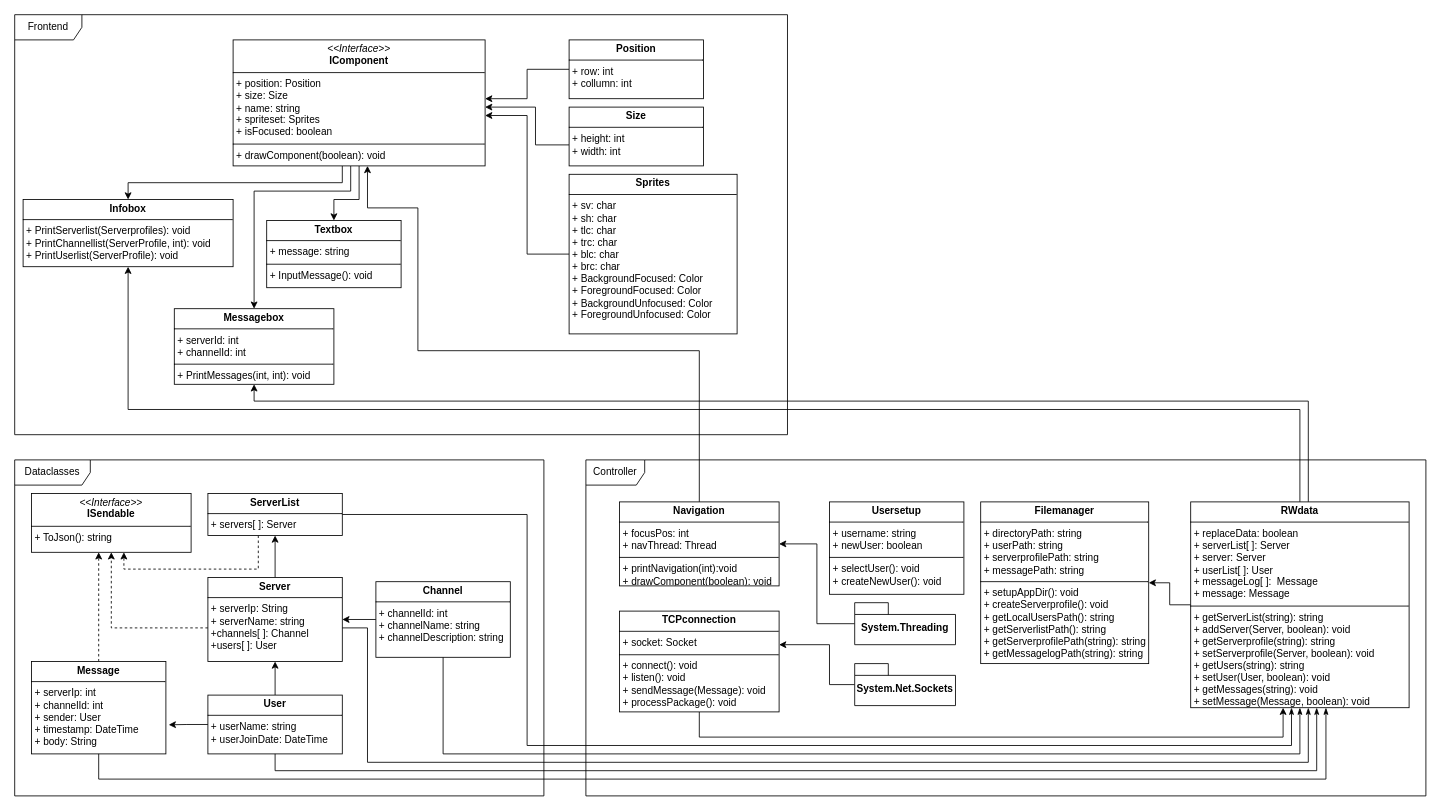
Earlier version of the draw.io diagram Dokumente/Planen/Classdiagramm/ClientClassDiagramV3.drawio (gbssg/ims.project.terminalchat). Source tidied: cells renumbered, new cells numbered last; positions are measured from the earlier drawing's top-left corner, leaving out a move shared by most shapes. Both pictures are drawn from the tidied source at 84%, with x=0, y=0 at pixel (14, 14).
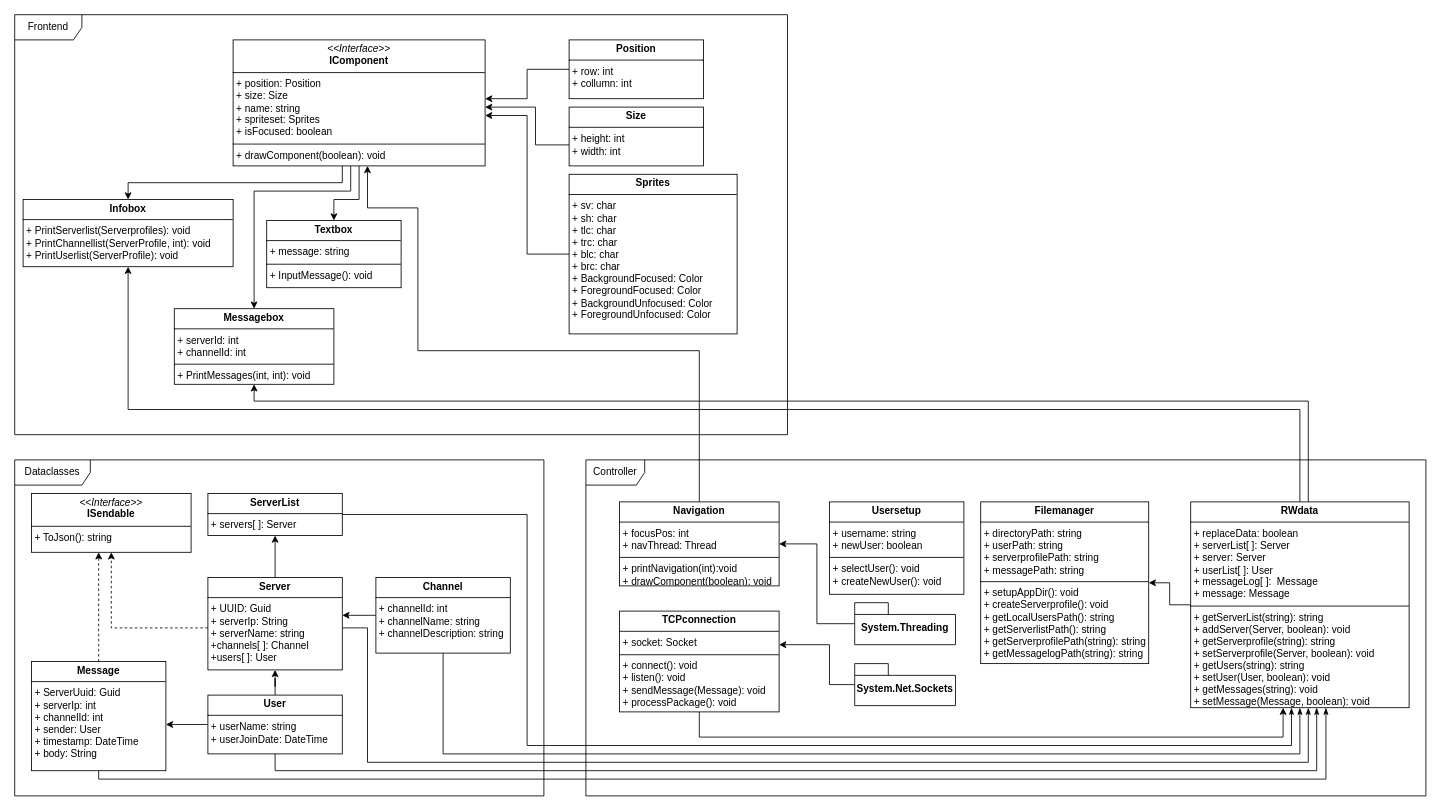
The same diagram, later.

Unchanged cells that the change refers to:
```xml
<mxCell id="17" value="&lt;p style=&quot;margin:0px;margin-top:4px;text-align:center;&quot;&gt;&lt;i&gt;&amp;lt;&amp;lt;Interface&amp;gt;&amp;gt;&lt;/i&gt;&lt;br&gt;&lt;b&gt;ISendable&lt;/b&gt;&lt;/p&gt;&lt;hr size=&quot;1&quot; style=&quot;border-style:solid;&quot;&gt;&lt;p style=&quot;margin:0px;margin-left:4px;&quot;&gt;&lt;/p&gt;&lt;p style=&quot;margin:0px;margin-left:4px;&quot;&gt;+ ToJson(): string&lt;br&gt;&lt;/p&gt;" style="verticalAlign=top;align=left;overflow=fill;html=1;whiteSpace=wrap;" parent="1" vertex="1">
  <mxGeometry x="20" y="570" width="190" height="70" as="geometry" />
</mxCell>
<mxCell id="19" value="&lt;p style=&quot;margin:0px;margin-top:4px;text-align:center;&quot;&gt;&lt;b&gt;User&lt;/b&gt;&lt;/p&gt;&lt;hr size=&quot;1&quot; style=&quot;border-style:solid;&quot;&gt;&lt;p style=&quot;margin:0px;margin-left:4px;&quot;&gt;+ userName: string&lt;/p&gt;&lt;p style=&quot;margin:0px;margin-left:4px;&quot;&gt;+ userJoinDate: DateTime&lt;/p&gt;&lt;p style=&quot;margin:0px;margin-left:4px;&quot;&gt;&lt;br&gt;&lt;/p&gt;" style="verticalAlign=top;align=left;overflow=fill;html=1;whiteSpace=wrap;" parent="1" vertex="1">
  <mxGeometry x="230" y="810" width="160" height="70" as="geometry" />
</mxCell>
<mxCell id="21" value="&lt;p style=&quot;margin:0px;margin-top:4px;text-align:center;&quot;&gt;&lt;b&gt;ServerList&lt;/b&gt;&lt;/p&gt;&lt;hr size=&quot;1&quot; style=&quot;border-style:solid;&quot;&gt;&lt;p style=&quot;margin:0px;margin-left:4px;&quot;&gt;+ servers[ ]: Server&lt;/p&gt;&lt;p style=&quot;margin:0px;margin-left:4px;&quot;&gt;&lt;br&gt;&lt;/p&gt;" style="verticalAlign=top;align=left;overflow=fill;html=1;whiteSpace=wrap;" parent="1" vertex="1">
  <mxGeometry x="230" y="570" width="160" height="50" as="geometry" />
</mxCell>
```

The edit, as a diff of the source:
```diff
@@
-    <mxCell id="20" style="edgeStyle=orthogonalEdgeStyle;rounded=0;jettySize=auto;html=1;dashed=1;" parent="1" edge="1" source="21" target="17">
-      <mxGeometry relative="1" as="geometry">
-        <Array as="points">
-          <mxPoint x="290" y="660" />
-          <mxPoint x="130" y="660" />
-        </Array>
-      </mxGeometry>
-    </mxCell>
@@
-    <mxCell id="24" value="&lt;p style=&quot;margin:0px;margin-top:4px;text-align:center;&quot;&gt;&lt;b&gt;Server&lt;/b&gt;&lt;/p&gt;&lt;hr size=&quot;1&quot; style=&quot;border-style:solid;&quot;&gt;&lt;p style=&quot;margin:0px;margin-left:4px;&quot;&gt;+ serverIp: String&lt;/p&gt;&lt;p style=&quot;margin:0px;margin-left:4px;&quot;&gt;+ serverName: string&lt;/p&gt;&lt;p style=&quot;margin:0px;margin-left:4px;&quot;&gt;+channels[ ]: Channel&lt;/p&gt;&lt;p style=&quot;margin:0px;margin-left:4px;&quot;&gt;+users[ ]: User&lt;/p&gt;" style="verticalAlign=top;align=left;overflow=fill;html=1;whiteSpace=wrap;" parent="1" vertex="1">
-      <mxGeometry x="230" y="670" width="160" height="100" as="geometry" />
+    <mxCell id="24" value="&lt;p style=&quot;margin:0px;margin-top:4px;text-align:center;&quot;&gt;&lt;b&gt;Server&lt;/b&gt;&lt;/p&gt;&lt;hr size=&quot;1&quot; style=&quot;border-style:solid;&quot;&gt;&lt;p style=&quot;margin:0px;margin-left:4px;&quot;&gt;+ UUID: Guid&lt;/p&gt;&lt;p style=&quot;margin:0px;margin-left:4px;&quot;&gt;+ serverIp: String&lt;/p&gt;&lt;p style=&quot;margin:0px;margin-left:4px;&quot;&gt;+ serverName: string&lt;/p&gt;&lt;p style=&quot;margin:0px;margin-left:4px;&quot;&gt;+channels[ ]: Channel&lt;/p&gt;&lt;p style=&quot;margin:0px;margin-left:4px;&quot;&gt;+users[ ]: User&lt;/p&gt;" style="verticalAlign=top;align=left;overflow=fill;html=1;whiteSpace=wrap;" parent="1" vertex="1">
+      <mxGeometry x="230" y="670" width="160" height="110" as="geometry" />
     </mxCell>
@@
-    <mxCell id="26" value="&lt;p style=&quot;margin:0px;margin-top:4px;text-align:center;&quot;&gt;&lt;b&gt;Message&lt;/b&gt;&lt;/p&gt;&lt;hr size=&quot;1&quot; style=&quot;border-style:solid;&quot;&gt;&lt;p style=&quot;margin:0px;margin-left:4px;&quot;&gt;+ serverIp: in&lt;span style=&quot;background-color: transparent; color: light-dark(rgb(0, 0, 0), rgb(255, 255, 255));&quot;&gt;t&lt;/span&gt;&lt;/p&gt;&lt;p style=&quot;margin:0px;margin-left:4px;&quot;&gt;&lt;span style=&quot;background-color: transparent; color: light-dark(rgb(0, 0, 0), rgb(255, 255, 255));&quot;&gt;+ channelId: int&lt;/span&gt;&lt;/p&gt;&lt;p style=&quot;margin:0px;margin-left:4px;&quot;&gt;&lt;span style=&quot;background-color: transparent; color: light-dark(rgb(0, 0, 0), rgb(255, 255, 255));&quot;&gt;+ sender: User&lt;/span&gt;&lt;/p&gt;&lt;p style=&quot;margin:0px;margin-left:4px;&quot;&gt;&lt;span style=&quot;background-color: transparent; color: light-dark(rgb(0, 0, 0), rgb(255, 255, 255));&quot;&gt;+ timestamp: DateTime&lt;/span&gt;&lt;/p&gt;&lt;p style=&quot;margin:0px;margin-left:4px;&quot;&gt;&lt;span style=&quot;background-color: transparent; color: light-dark(rgb(0, 0, 0), rgb(255, 255, 255));&quot;&gt;+ body: String&lt;/span&gt;&lt;/p&gt;" style="verticalAlign=top;align=left;overflow=fill;html=1;whiteSpace=wrap;" parent="1" vertex="1">
-      <mxGeometry x="20" y="770" width="160" height="110" as="geometry" />
+    <mxCell id="26" value="&lt;p style=&quot;margin:0px;margin-top:4px;text-align:center;&quot;&gt;&lt;b&gt;Message&lt;/b&gt;&lt;/p&gt;&lt;hr size=&quot;1&quot; style=&quot;border-style:solid;&quot;&gt;&lt;p style=&quot;margin:0px;margin-left:4px;&quot;&gt;+ ServerUuid: Guid&lt;/p&gt;&lt;p style=&quot;margin:0px;margin-left:4px;&quot;&gt;+ serverIp: in&lt;span style=&quot;background-color: transparent; color: light-dark(rgb(0, 0, 0), rgb(255, 255, 255));&quot;&gt;t&lt;/span&gt;&lt;/p&gt;&lt;p style=&quot;margin:0px;margin-left:4px;&quot;&gt;&lt;span style=&quot;background-color: transparent; color: light-dark(rgb(0, 0, 0), rgb(255, 255, 255));&quot;&gt;+ channelId: int&lt;/span&gt;&lt;/p&gt;&lt;p style=&quot;margin:0px;margin-left:4px;&quot;&gt;&lt;span style=&quot;background-color: transparent; color: light-dark(rgb(0, 0, 0), rgb(255, 255, 255));&quot;&gt;+ sender: User&lt;/span&gt;&lt;/p&gt;&lt;p style=&quot;margin:0px;margin-left:4px;&quot;&gt;&lt;span style=&quot;background-color: transparent; color: light-dark(rgb(0, 0, 0), rgb(255, 255, 255));&quot;&gt;+ timestamp: DateTime&lt;/span&gt;&lt;/p&gt;&lt;p style=&quot;margin:0px;margin-left:4px;&quot;&gt;&lt;span style=&quot;background-color: transparent; color: light-dark(rgb(0, 0, 0), rgb(255, 255, 255));&quot;&gt;+ body: String&lt;/span&gt;&lt;/p&gt;" style="verticalAlign=top;align=left;overflow=fill;html=1;whiteSpace=wrap;" parent="1" vertex="1">
+      <mxGeometry x="20" y="770" width="160" height="130" as="geometry" />
     </mxCell>
     <mxCell id="27" style="edgeStyle=orthogonalEdgeStyle;rounded=0;jettySize=auto;html=1;" parent="1" edge="1" source="28" target="24">
-      <mxGeometry relative="1" as="geometry" />
+      <mxGeometry relative="1" as="geometry">
+        <Array as="points">
+          <mxPoint x="400" y="715" />
+          <mxPoint x="400" y="715" />
+        </Array>
+      </mxGeometry>
     </mxCell>
     <mxCell id="28" value="&lt;p style=&quot;margin:0px;margin-top:4px;text-align:center;&quot;&gt;&lt;b&gt;Channel&lt;/b&gt;&lt;/p&gt;&lt;hr size=&quot;1&quot; style=&quot;border-style:solid;&quot;&gt;&lt;p style=&quot;margin:0px;margin-left:4px;&quot;&gt;+ channelId: int&lt;/p&gt;&lt;p style=&quot;margin:0px;margin-left:4px;&quot;&gt;+ channelName: string&lt;/p&gt;&lt;p style=&quot;margin:0px;margin-left:4px;&quot;&gt;+ channelDescription: string&lt;br&gt;&lt;/p&gt;&lt;p style=&quot;margin:0px;margin-left:4px;&quot;&gt;&lt;br&gt;&lt;/p&gt;" style="verticalAlign=top;align=left;overflow=fill;html=1;whiteSpace=wrap;" parent="1" vertex="1">
-      <mxGeometry x="430" y="675" width="160" height="90" as="geometry" />
+      <mxGeometry x="430" y="670" width="160" height="90" as="geometry" />
     </mxCell>
-    <mxCell id="29" style="edgeStyle=orthogonalEdgeStyle;rounded=0;jettySize=auto;html=1;entryX=1.021;entryY=0.685;entryDx=0;entryDy=0;entryPerimeter=0;" parent="1" edge="1" source="19" target="26">
-      <mxGeometry relative="1" as="geometry" />
+    <mxCell id="29" style="edgeStyle=orthogonalEdgeStyle;rounded=0;jettySize=auto;html=1;" parent="1" edge="1" source="19" target="26">
+      <mxGeometry relative="1" as="geometry">
+        <Array as="points">
+          <mxPoint x="190" y="845" />
+          <mxPoint x="190" y="845" />
+        </Array>
+      </mxGeometry>
     </mxCell>
```
